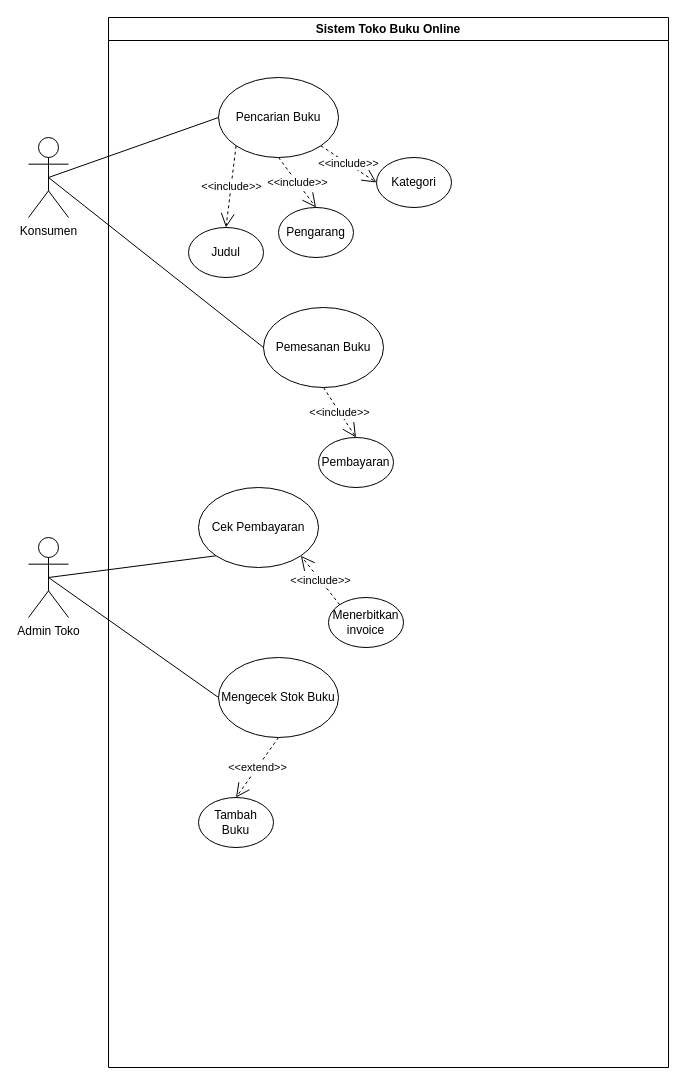
This is Latihan Studi kasus RPL.drawio from Suryzw/draw.io, a draw.io file, before an edit. Source tidied: cells renumbered, new cells numbered last; positions are measured from the earlier drawing's top-left corner, leaving out a move shared by most shapes. Both pictures are drawn from the tidied source at 100%, with x=0, y=0 at pixel (28, 17).
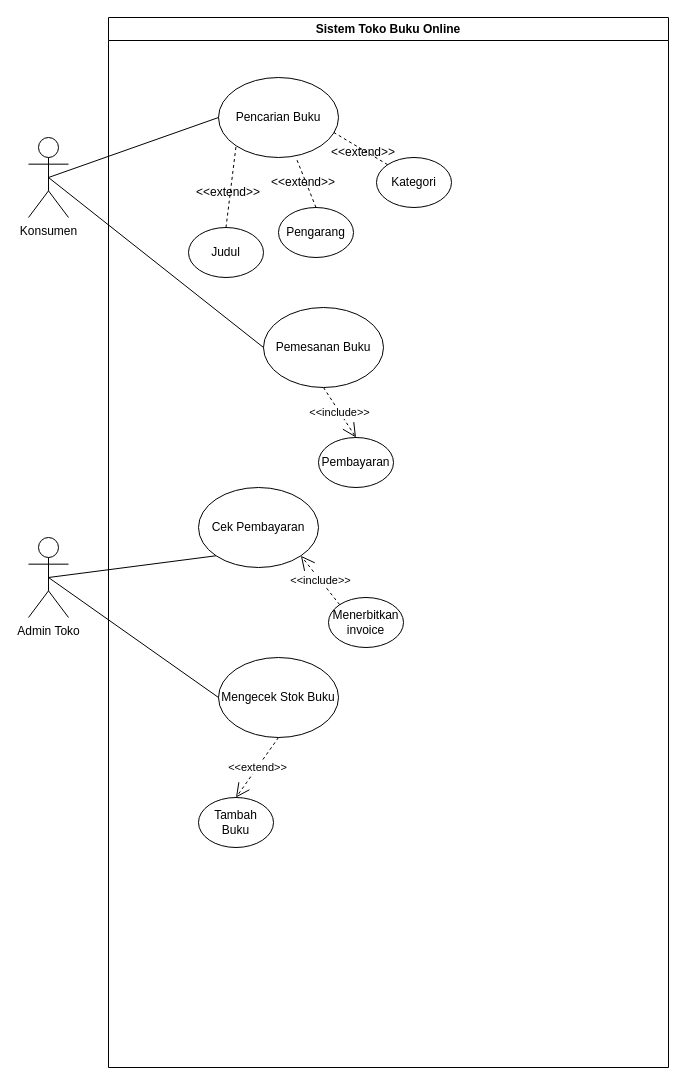
After the change.

Unchanged cells that the change refers to:
```xml
<mxCell id="3" value="Sistem Toko Buku Online" style="swimlane;whiteSpace=wrap;html=1;" parent="1" vertex="1">
  <mxGeometry x="80" width="560" height="1050" as="geometry" />
</mxCell>
<mxCell id="4" value="Pencarian Buku" style="ellipse;whiteSpace=wrap;html=1;" parent="3" vertex="1">
  <mxGeometry x="110" y="60" width="120" height="80" as="geometry" />
</mxCell>
<mxCell id="5" value="Judul" style="ellipse;whiteSpace=wrap;html=1;" parent="3" vertex="1">
  <mxGeometry x="80" y="210" width="75" height="50" as="geometry" />
</mxCell>
<mxCell id="6" value="Pengarang" style="ellipse;whiteSpace=wrap;html=1;" parent="3" vertex="1">
  <mxGeometry x="170" y="190" width="75" height="50" as="geometry" />
</mxCell>
<mxCell id="7" value="Kategori" style="ellipse;whiteSpace=wrap;html=1;" parent="3" vertex="1">
  <mxGeometry x="268" y="140" width="75" height="50" as="geometry" />
</mxCell>
```

What changed in the source:
```diff
@@
-    <mxCell id="9" value="&amp;lt;&amp;lt;include&amp;gt;&amp;gt;" style="endArrow=open;endSize=12;dashed=1;html=1;rounded=0;exitX=0;exitY=1;exitDx=0;exitDy=0;entryX=0.5;entryY=0;entryDx=0;entryDy=0;" parent="3" edge="1" source="4" target="5">
-      <mxGeometry relative="1" as="geometry" />
-    </mxCell>
-    <mxCell id="10" value="&amp;lt;&amp;lt;include&amp;gt;&amp;gt;" style="endArrow=open;endSize=12;dashed=1;html=1;rounded=0;exitX=0.5;exitY=1;exitDx=0;exitDy=0;entryX=0.5;entryY=0;entryDx=0;entryDy=0;" parent="3" edge="1" source="4" target="6">
-      <mxGeometry relative="1" as="geometry" />
-    </mxCell>
-    <mxCell id="11" value="&amp;lt;&amp;lt;include&amp;gt;&amp;gt;" style="endArrow=open;endSize=12;dashed=1;html=1;rounded=0;exitX=1;exitY=1;exitDx=0;exitDy=0;entryX=0;entryY=0.5;entryDx=0;entryDy=0;" parent="3" edge="1" source="4" target="7">
-      <mxGeometry relative="1" as="geometry" />
-    </mxCell>
@@
+    <mxCell id="25" style="endArrow=none;dashed=1;html=1;rounded=0;entryX=0;entryY=1;entryDx=0;entryDy=0;exitX=0.5;exitY=0;exitDx=0;exitDy=0;" parent="3" edge="1" source="5" target="4">
+      <mxGeometry relative="1" as="geometry" />
+    </mxCell>
+    <mxCell id="26" value="&amp;lt;&amp;lt;extend&amp;gt;&amp;gt;" style="text;html=1;align=center;verticalAlign=middle;whiteSpace=wrap;rounded=0;" parent="3" vertex="1">
+      <mxGeometry x="90" y="160" width="60" height="30" as="geometry" />
+    </mxCell>
+    <mxCell id="27" style="endArrow=none;dashed=1;html=1;rounded=0;entryX=0.647;entryY=1.005;entryDx=0;entryDy=0;exitX=0.5;exitY=0;exitDx=0;exitDy=0;entryPerimeter=0;" parent="3" edge="1" source="6" target="4">
+      <mxGeometry relative="1" as="geometry" />
+    </mxCell>
+    <mxCell id="28" value="&amp;lt;&amp;lt;extend&amp;gt;&amp;gt;" style="text;html=1;align=center;verticalAlign=middle;whiteSpace=wrap;rounded=0;" parent="3" vertex="1">
+      <mxGeometry x="165" y="150" width="60" height="30" as="geometry" />
+    </mxCell>
+    <mxCell id="29" style="endArrow=none;dashed=1;html=1;rounded=0;entryX=0.96;entryY=0.686;entryDx=0;entryDy=0;exitX=0;exitY=0;exitDx=0;exitDy=0;entryPerimeter=0;" parent="3" edge="1" source="7" target="4">
+      <mxGeometry relative="1" as="geometry" />
+    </mxCell>
+    <mxCell id="30" value="&amp;lt;&amp;lt;extend&amp;gt;&amp;gt;" style="text;html=1;align=center;verticalAlign=middle;whiteSpace=wrap;rounded=0;" parent="3" vertex="1">
+      <mxGeometry x="225" y="120" width="60" height="30" as="geometry" />
+    </mxCell>
```
